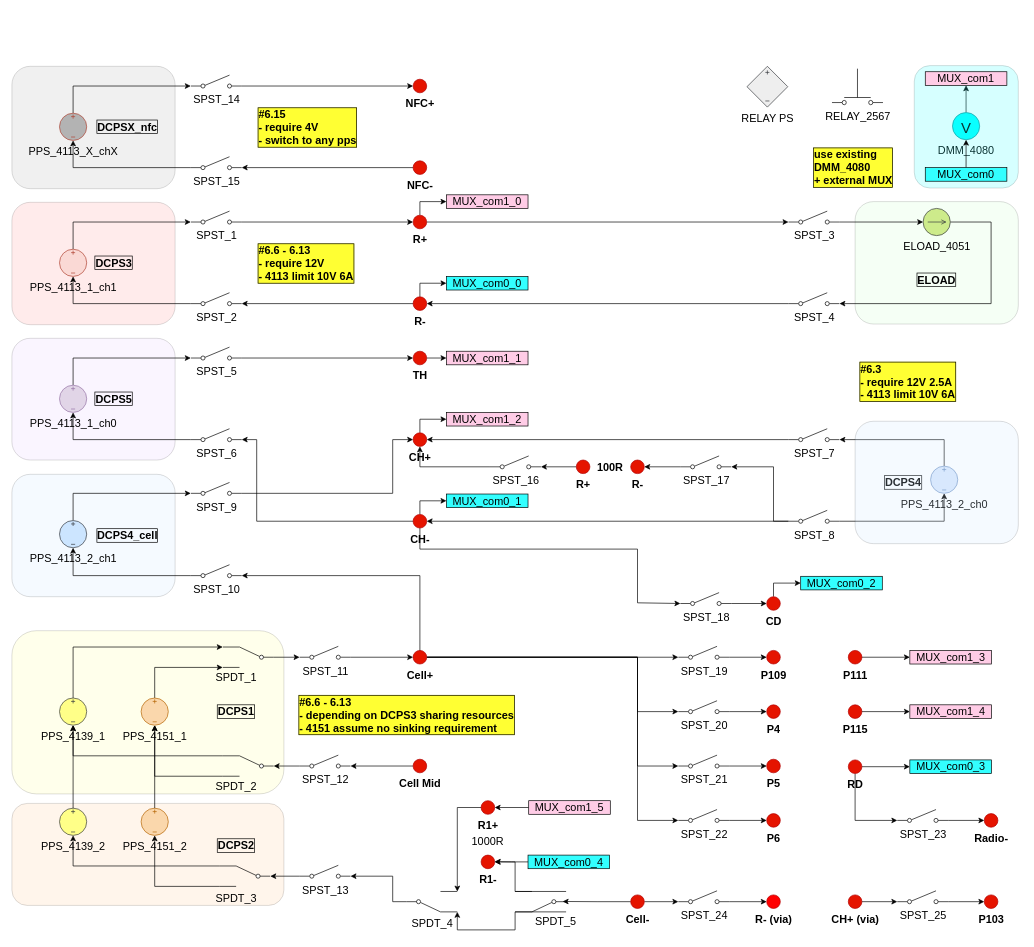
Before: BMS_device_B.drawio in ktlim-xy/draw-io, a draw.io diagram. Source tidied: cells renumbered, new cells numbered last; positions are measured from the earlier drawing's top-left corner, leaving out a move shared by most shapes. Both pictures are drawn from the tidied source at 68%, with x=0, y=0 at pixel (12, 65).
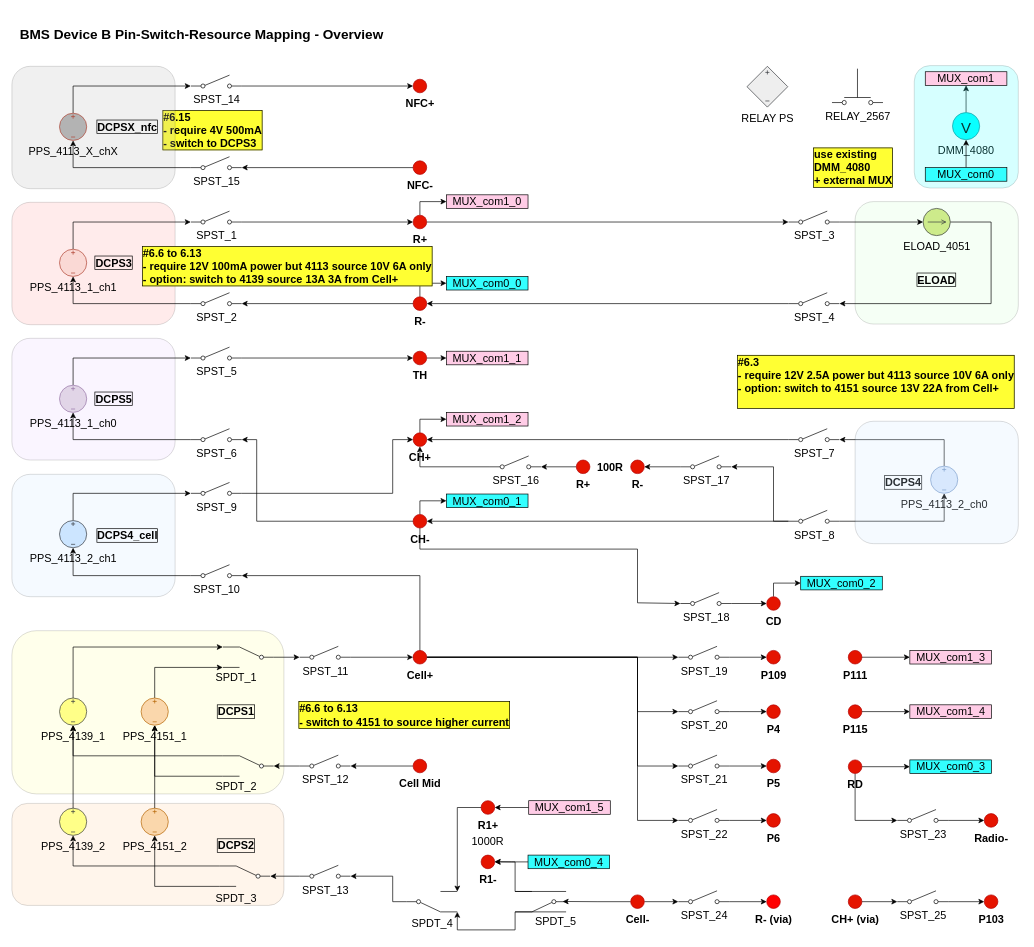
The same page after the edit.

The edit, as a diff of the source:
```diff
@@
-    <mxCell id="153" value="#6.6 - 6.13&lt;div&gt;- require 12V&lt;br&gt;- 4113 limit 10V 6A&lt;/div&gt;" style="text;html=1;whiteSpace=wrap;strokeColor=none;fillColor=none;align=left;verticalAlign=middle;rounded=0;fontStyle=1;fontColor=#000000;fontSize=16;labelBorderColor=default;labelBackgroundColor=#FFFF33;" parent="1" vertex="1">
-      <mxGeometry x="360" y="276" width="230" height="30" as="geometry" />
+    <mxCell id="153" value="#6.6 to 6.13&lt;div&gt;- require 12V 100mA power but 4113 source 10V 6A only&lt;/div&gt;&lt;div&gt;- option: switch to 4139 source 13A 3A from Cell+&lt;/div&gt;" style="text;html=1;whiteSpace=wrap;strokeColor=none;fillColor=none;align=left;verticalAlign=middle;rounded=0;fontStyle=1;fontColor=#000000;fontSize=16;labelBorderColor=default;labelBackgroundColor=#FFFF33;" parent="1" vertex="1">
+      <mxGeometry x="190" y="280" width="430" height="30" as="geometry" />
     </mxCell>
-    <mxCell id="154" value="#6.15&amp;nbsp;&lt;div&gt;- require 4V&lt;div&gt;- switch to any pps&lt;/div&gt;&lt;/div&gt;" style="text;html=1;whiteSpace=wrap;strokeColor=none;fillColor=none;align=left;verticalAlign=middle;rounded=0;fontStyle=1;fontColor=#000000;fontSize=16;labelBorderColor=default;labelBackgroundColor=#FFFF33;" parent="1" vertex="1">
-      <mxGeometry x="360" y="76" width="180" height="30" as="geometry" />
+    <mxCell id="154" value="#6.15&amp;nbsp;&lt;div&gt;- require 4V 500mA&lt;div&gt;- switch to DCPS3&lt;/div&gt;&lt;/div&gt;" style="text;html=1;whiteSpace=wrap;strokeColor=none;fillColor=none;align=left;verticalAlign=middle;rounded=0;fontStyle=1;fontColor=#000000;fontSize=16;labelBorderColor=default;labelBackgroundColor=#FFFF33;" parent="1" vertex="1">
+      <mxGeometry x="220" y="80" width="180" height="30" as="geometry" />
     </mxCell>
-    <mxCell id="155" value="#6.3&lt;div&gt;- require 12V 2.5A&lt;/div&gt;&lt;div&gt;- 4113 limit 10V 6A&lt;/div&gt;" style="text;html=1;whiteSpace=wrap;strokeColor=none;fillColor=none;align=left;verticalAlign=middle;rounded=0;fontStyle=1;fontColor=#000000;fontSize=16;labelBorderColor=default;labelBackgroundColor=#FFFF33;" parent="1" vertex="1">
-      <mxGeometry x="1245" y="440" width="235" height="49" as="geometry" />
+    <mxCell id="155" value="#6.3&lt;div&gt;- require 12V 2.5A power but 4113 source 10V 6A only&lt;/div&gt;&lt;div&gt;- option: switch to 4151 source 13V 22A from Cell+&lt;/div&gt;&lt;div&gt;&lt;br&gt;&lt;/div&gt;" style="text;html=1;whiteSpace=wrap;strokeColor=none;fillColor=none;align=left;verticalAlign=middle;rounded=0;fontStyle=1;fontColor=#000000;fontSize=16;labelBorderColor=default;labelBackgroundColor=#FFFF33;" parent="1" vertex="1">
+      <mxGeometry x="1065" y="440" width="420" height="49" as="geometry" />
     </mxCell>
@@
-    <mxCell id="187" value="#6.6 - 6.13&lt;div&gt;- depending on DCPS3 sharing resources&lt;/div&gt;&lt;div&gt;- 4151 assume no sinking requirement&lt;/div&gt;" style="text;html=1;whiteSpace=wrap;strokeColor=none;fillColor=none;align=left;verticalAlign=middle;rounded=0;fontStyle=1;fontColor=#000000;fontSize=16;labelBorderColor=default;labelBackgroundColor=#FFFF33;" parent="1" vertex="1">
+    <mxCell id="187" value="#6.6 to 6.13&lt;div&gt;- switch to 4151 to source higher current&lt;br&gt;&lt;/div&gt;" style="text;html=1;whiteSpace=wrap;strokeColor=none;fillColor=none;align=left;verticalAlign=middle;rounded=0;fontStyle=1;fontColor=#000000;fontSize=16;labelBorderColor=default;labelBackgroundColor=#FFFF33;" parent="1" vertex="1">
       <mxGeometry x="420" y="940" width="430" height="30" as="geometry" />
     </mxCell>
+    <mxCell id="188" value="&lt;b&gt;BMS Device B Pin-Switch-Resource Mapping - Overview&amp;nbsp;&lt;/b&gt;" style="text;html=1;whiteSpace=wrap;strokeColor=none;fillColor=none;align=left;verticalAlign=middle;rounded=0;fontSize=20;" parent="1" vertex="1">
+      <mxGeometry x="10" y="-79" width="1010" height="65" as="geometry" />
+    </mxCell>
```
